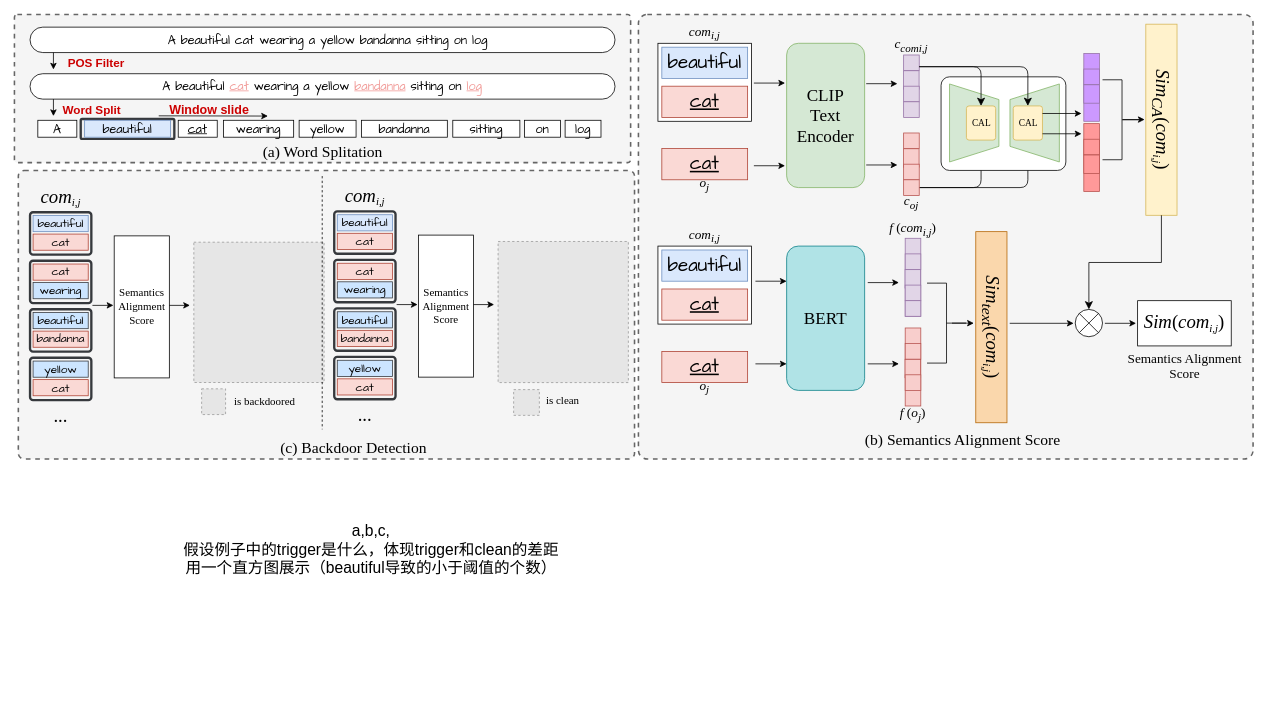
Before: backdoor detection.drawio in Aemilia-xu/CS231n, a draw.io diagram. Source tidied: cells renumbered, new cells numbered last; positions are measured from the earlier drawing's top-left corner, leaving out a move shared by most shapes. Both pictures are drawn from the tidied source at 78%, with x=0, y=0 at pixel (14, 14). Pictures stored in the file or linked from it are replaced by grey dashed boxes.
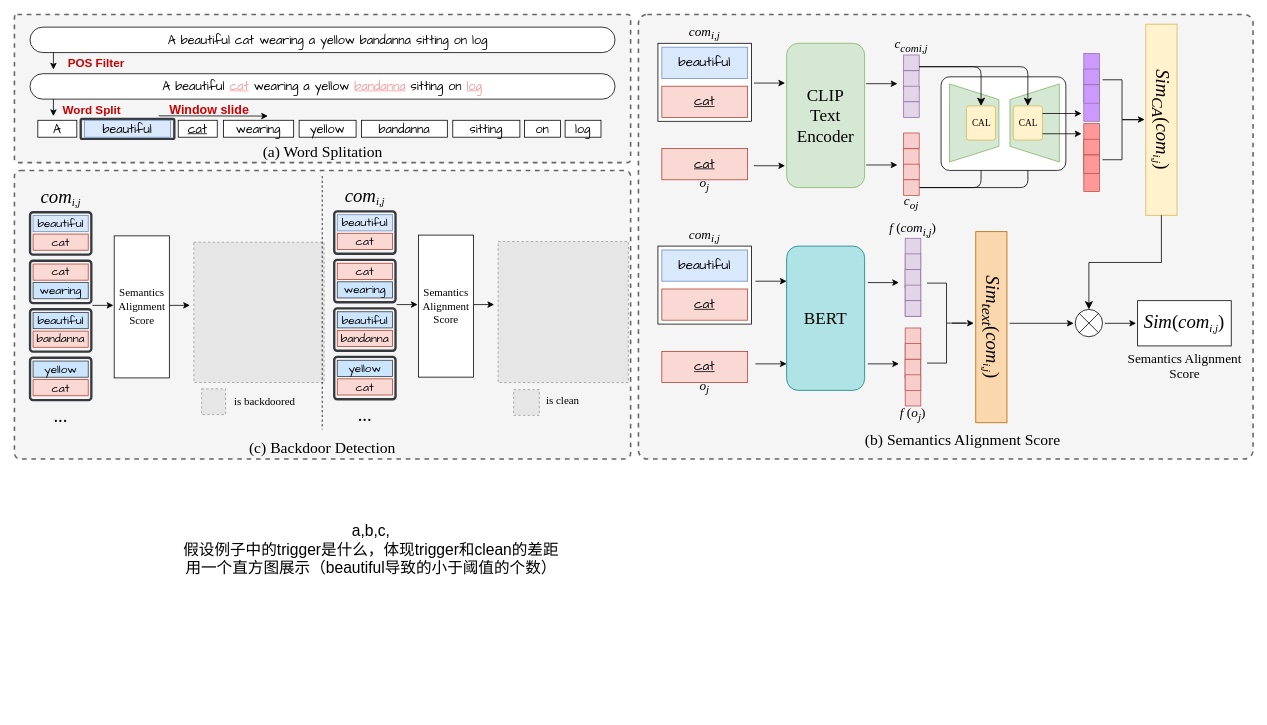
The same page after the edit.

Diff of the diagram source:
```diff
@@
     <mxCell id="2" style="rounded=1;whiteSpace=wrap;html=1;arcSize=2;strokeWidth=2;dashed=1;fillColor=#f5f5f5;strokeColor=light-dark(#666666, #ededed);fontColor=#333333;" parent="1" vertex="1">
-      <mxGeometry x="5" y="200" width="790" height="370" as="geometry" />
+      <mxGeometry y="200" width="790" height="370" as="geometry" />
     </mxCell>
@@
-    <mxCell id="5" value="&lt;u style=&quot;font-family: &amp;quot;Comic Sans MS&amp;quot;; font-size: 24px;&quot;&gt;&lt;font style=&quot;color: rgb(0, 0, 0);&quot;&gt;cat&lt;/font&gt;&lt;/u&gt;" style="rounded=0;whiteSpace=wrap;html=1;fillColor=#fad9d5;strokeColor=#ae4132;" parent="1" vertex="1">
+    <mxCell id="5" value="&lt;u style=&quot;font-family: &amp;quot;Comic Sans MS&amp;quot;;&quot;&gt;&lt;font style=&quot;color: rgb(0, 0, 0);&quot;&gt;cat&lt;/font&gt;&lt;/u&gt;" style="rounded=0;whiteSpace=wrap;html=1;fillColor=#fad9d5;strokeColor=#ae4132;fontSize=17;" parent="1" vertex="1">
       <mxGeometry x="830" y="92" width="110" height="40" as="geometry" />
     </mxCell>
-    <mxCell id="6" value="&lt;span style=&quot;font-family: &amp;quot;Comic Sans MS&amp;quot;; font-size: 24px;&quot;&gt;&lt;font style=&quot;color: rgb(0, 0, 0);&quot;&gt;beautiful&lt;/font&gt;&lt;/span&gt;" style="rounded=0;whiteSpace=wrap;html=1;fillColor=#dae8fc;strokeColor=#6c8ebf;" parent="1" vertex="1">
+    <mxCell id="6" value="&lt;span style=&quot;font-family: &amp;quot;Comic Sans MS&amp;quot;;&quot;&gt;&lt;font style=&quot;color: rgb(0, 0, 0);&quot;&gt;beautiful&lt;/font&gt;&lt;/span&gt;" style="rounded=0;whiteSpace=wrap;html=1;fillColor=#dae8fc;strokeColor=#6c8ebf;fontSize=17;" parent="1" vertex="1">
       <mxGeometry x="830" y="42" width="110" height="40" as="geometry" />
     </mxCell>
-    <mxCell id="7" value="&lt;u style=&quot;font-family: &amp;quot;Comic Sans MS&amp;quot;; font-size: 24px;&quot;&gt;&lt;font style=&quot;color: rgb(0, 0, 0);&quot;&gt;cat&lt;/font&gt;&lt;/u&gt;" style="rounded=0;whiteSpace=wrap;html=1;fillColor=#fad9d5;strokeColor=#ae4132;" parent="1" vertex="1">
+    <mxCell id="7" value="&lt;u style=&quot;font-family: &amp;quot;Comic Sans MS&amp;quot;;&quot;&gt;&lt;font style=&quot;color: rgb(0, 0, 0);&quot;&gt;cat&lt;/font&gt;&lt;/u&gt;" style="rounded=0;whiteSpace=wrap;html=1;fillColor=#fad9d5;strokeColor=#ae4132;fontSize=17;" parent="1" vertex="1">
       <mxGeometry x="830" y="172" width="110" height="40" as="geometry" />
     </mxCell>
@@
-    <mxCell id="21" value="&lt;u style=&quot;font-family: &amp;quot;Comic Sans MS&amp;quot;; font-size: 24px;&quot;&gt;&lt;font style=&quot;color: rgb(0, 0, 0);&quot;&gt;cat&lt;/font&gt;&lt;/u&gt;" style="rounded=0;whiteSpace=wrap;html=1;fillColor=#fad9d5;strokeColor=#ae4132;" parent="1" vertex="1">
+    <mxCell id="21" value="&lt;u style=&quot;font-family: &amp;quot;Comic Sans MS&amp;quot;;&quot;&gt;&lt;font style=&quot;color: rgb(0, 0, 0);&quot;&gt;cat&lt;/font&gt;&lt;/u&gt;" style="rounded=0;whiteSpace=wrap;html=1;fillColor=#fad9d5;strokeColor=#ae4132;fontSize=17;" parent="1" vertex="1">
       <mxGeometry x="830" y="352" width="110" height="40" as="geometry" />
     </mxCell>
-    <mxCell id="22" value="&lt;span style=&quot;font-family: &amp;quot;Comic Sans MS&amp;quot;; font-size: 24px;&quot;&gt;&lt;font style=&quot;color: rgb(0, 0, 0);&quot;&gt;beautiful&lt;/font&gt;&lt;/span&gt;" style="rounded=0;whiteSpace=wrap;html=1;fillColor=#dae8fc;strokeColor=#6c8ebf;" parent="1" vertex="1">
+    <mxCell id="22" value="&lt;span style=&quot;font-family: &amp;quot;Comic Sans MS&amp;quot;;&quot;&gt;&lt;font style=&quot;color: rgb(0, 0, 0);&quot;&gt;beautiful&lt;/font&gt;&lt;/span&gt;" style="rounded=0;whiteSpace=wrap;html=1;fillColor=#dae8fc;strokeColor=#6c8ebf;fontSize=17;" parent="1" vertex="1">
       <mxGeometry x="830" y="302" width="110" height="40" as="geometry" />
     </mxCell>
-    <mxCell id="23" value="&lt;u style=&quot;font-family: &amp;quot;Comic Sans MS&amp;quot;; font-size: 24px;&quot;&gt;&lt;font style=&quot;color: rgb(0, 0, 0);&quot;&gt;cat&lt;/font&gt;&lt;/u&gt;" style="rounded=0;whiteSpace=wrap;html=1;fillColor=#fad9d5;strokeColor=#ae4132;" parent="1" vertex="1">
+    <mxCell id="23" value="&lt;u style=&quot;font-family: &amp;quot;Comic Sans MS&amp;quot;;&quot;&gt;&lt;font style=&quot;color: rgb(0, 0, 0);&quot;&gt;cat&lt;/font&gt;&lt;/u&gt;" style="rounded=0;whiteSpace=wrap;html=1;fillColor=#fad9d5;strokeColor=#ae4132;fontSize=17;" parent="1" vertex="1">
       <mxGeometry x="830" y="432" width="110" height="40" as="geometry" />
     </mxCell>
@@
     <mxCell id="84" value="&lt;font face=&quot;Times New Roman&quot;&gt;&lt;span&gt;(c) Backdoor Detection&lt;/span&gt;&lt;/font&gt;" style="text;strokeColor=none;align=center;fillColor=none;html=1;verticalAlign=middle;whiteSpace=wrap;rounded=0;fontSize=20;" parent="1" vertex="1">
-      <mxGeometry x="260" y="540" width="350" height="30" as="geometry" />
+      <mxGeometry x="220" y="540" width="350" height="30" as="geometry" />
     </mxCell>
```
